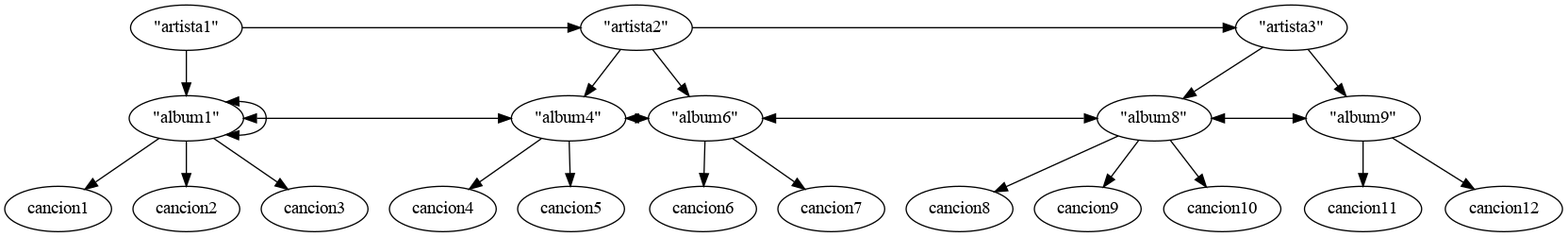
The Graphviz diagram python/ejemplo2.gv.png in DiegoAcetun/ReproductorDeMusicaPython, before a commit. Its source is kept beside it as python/ejemplo2.gv.
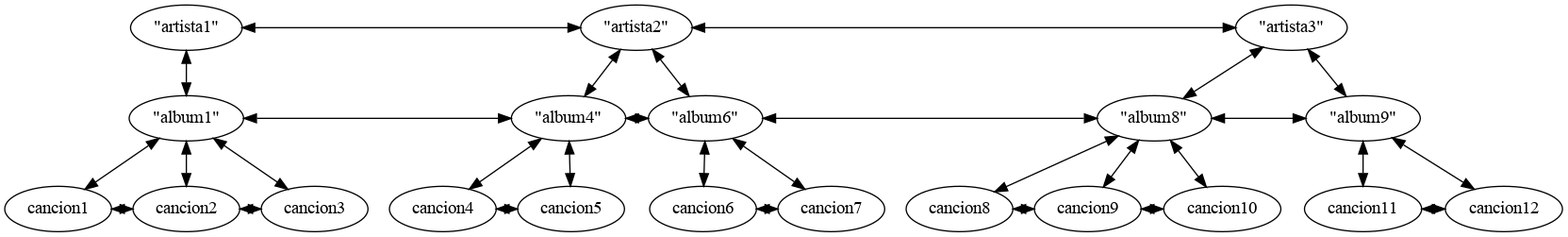
The same file after the commit.

The edit, as a diff of the source:
```diff
@@ -1,46 +1,52 @@
 digraph ejemplo2 {
 	0 [label="\"artista1\""]
 	1 [label="\"artista2\""]
-	0 -> 1 [constraint=false]
+	0 -> 1 [constraint=false dir=both]
 	2 [label="\"artista3\""]
-	1 -> 2 [constraint=false]
+	1 -> 2 [constraint=false dir=both]
 	3 [label="\"album1\""]
-	0 -> 3
-	3 -> 3 [constraint=false dir=both]
+	0 -> 3 [dir=both]
 	4 [label="\"album4\""]
-	1 -> 4
+	1 -> 4 [dir=both]
 	3 -> 4 [constraint=false dir=both]
 	5 [label="\"album6\""]
-	1 -> 5
+	1 -> 5 [dir=both]
 	4 -> 5 [constraint=false dir=both]
 	6 [label="\"album8\""]
-	2 -> 6
+	2 -> 6 [dir=both]
 	5 -> 6 [constraint=false dir=both]
 	7 [label="\"album9\""]
-	2 -> 7
+	2 -> 7 [dir=both]
 	6 -> 7 [constraint=false dir=both]
 	8 [label=cancion1]
-	3 -> 8
+	3 -> 8 [dir=both]
 	9 [label=cancion2]
-	3 -> 9
+	3 -> 9 [dir=both]
+	8 -> 9 [constraint=false dir=both]
 	10 [label=cancion3]
-	3 -> 10
+	3 -> 10 [dir=both]
+	9 -> 10 [constraint=false dir=both]
 	11 [label=cancion4]
-	4 -> 11
+	4 -> 11 [dir=both]
 	12 [label=cancion5]
-	4 -> 12
+	4 -> 12 [dir=both]
+	11 -> 12 [constraint=false dir=both]
 	13 [label=cancion6]
-	5 -> 13
+	5 -> 13 [dir=both]
 	14 [label=cancion7]
-	5 -> 14
+	5 -> 14 [dir=both]
+	13 -> 14 [constraint=false dir=both]
 	15 [label=cancion8]
-	6 -> 15
+	6 -> 15 [dir=both]
 	16 [label=cancion9]
-	6 -> 16
+	6 -> 16 [dir=both]
+	15 -> 16 [constraint=false dir=both]
 	17 [label=cancion10]
-	6 -> 17
+	6 -> 17 [dir=both]
+	16 -> 17 [constraint=false dir=both]
 	18 [label=cancion11]
-	7 -> 18
+	7 -> 18 [dir=both]
 	19 [label=cancion12]
-	7 -> 19
+	7 -> 19 [dir=both]
+	18 -> 19 [constraint=false dir=both]
 }
```
